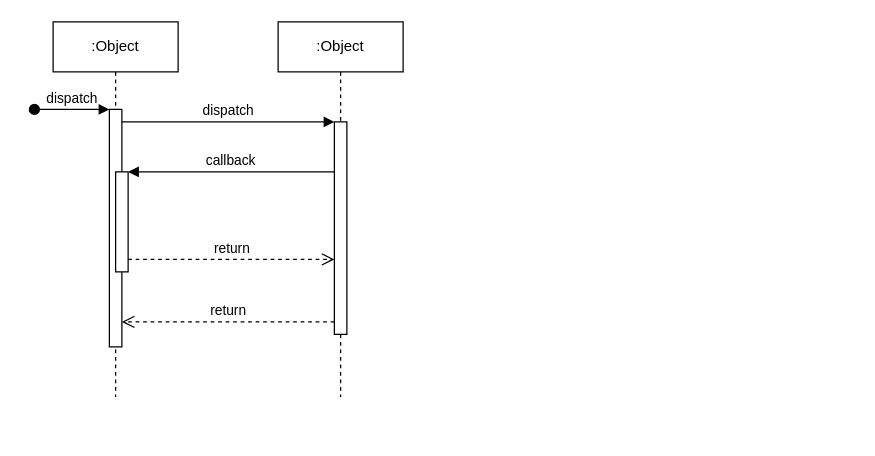
The draw.io diagram Diagramma senza titolo.drawio in favamarco/prova, before the edit. Source tidied: cells renumbered, new cells numbered last; positions are measured from the earlier drawing's top-left corner, leaving out a move shared by most shapes. Both pictures are drawn from the tidied source at 125%, with x=0, y=0 at pixel (34, 21).
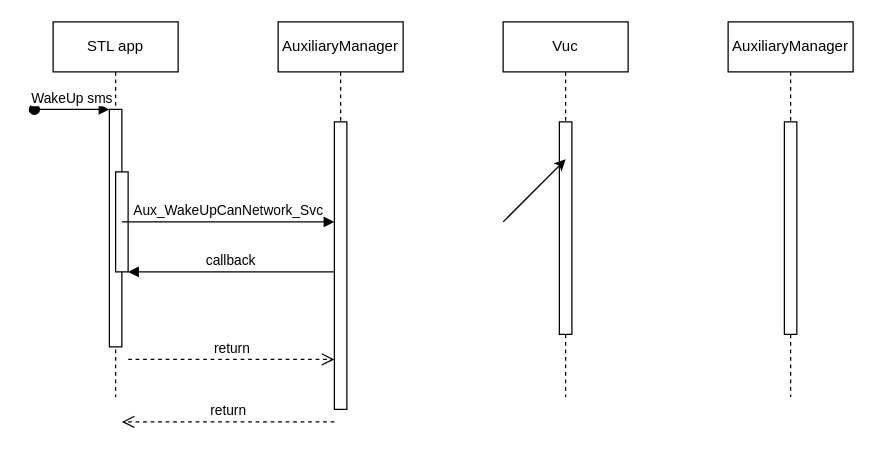
The same diagram, later.

Unchanged cells that the change refers to:
```xml
<mxCell id="3" style="html=1;points=[];perimeter=orthogonalPerimeter;outlineConnect=0;targetShapes=umlLifeline;portConstraint=eastwest;newEdgeStyle={&quot;edgeStyle&quot;:&quot;elbowEdgeStyle&quot;,&quot;elbow&quot;:&quot;vertical&quot;,&quot;curved&quot;:0,&quot;rounded&quot;:0};" parent="2" vertex="1">
  <mxGeometry x="45" y="70" width="10" height="190" as="geometry" />
</mxCell>
<mxCell id="5" style="html=1;points=[];perimeter=orthogonalPerimeter;outlineConnect=0;targetShapes=umlLifeline;portConstraint=eastwest;newEdgeStyle={&quot;edgeStyle&quot;:&quot;elbowEdgeStyle&quot;,&quot;elbow&quot;:&quot;vertical&quot;,&quot;curved&quot;:0,&quot;rounded&quot;:0};" parent="2" vertex="1">
  <mxGeometry x="50" y="120" width="10" height="80" as="geometry" />
</mxCell>
```

The edit, as a diff of the source:
```diff
@@
-    <mxCell id="2" value=":Object" style="shape=umlLifeline;perimeter=lifelinePerimeter;whiteSpace=wrap;html=1;newEdgeStyle={&quot;edgeStyle&quot;:&quot;elbowEdgeStyle&quot;,&quot;elbow&quot;:&quot;vertical&quot;,&quot;curved&quot;:0,&quot;rounded&quot;:0};" parent="1" vertex="1">
+    <mxCell id="2" value="STL app" style="shape=umlLifeline;perimeter=lifelinePerimeter;whiteSpace=wrap;html=1;newEdgeStyle={&quot;edgeStyle&quot;:&quot;elbowEdgeStyle&quot;,&quot;elbow&quot;:&quot;vertical&quot;,&quot;curved&quot;:0,&quot;rounded&quot;:0};" parent="1" vertex="1">
       <mxGeometry x="15" width="100" height="300" as="geometry" />
     </mxCell>
@@
-    <mxCell id="4" value="dispatch" style="html=1;verticalAlign=bottom;startArrow=oval;endArrow=block;startSize=8;edgeStyle=elbowEdgeStyle;elbow=vertical;curved=0;rounded=0;" parent="2" edge="1" target="3">
+    <mxCell id="4" value="WakeUp sms" style="html=1;verticalAlign=bottom;startArrow=oval;endArrow=block;startSize=8;edgeStyle=elbowEdgeStyle;elbow=vertical;curved=0;rounded=0;" parent="2" edge="1" target="3">
       <mxGeometry relative="1" as="geometry">
         <mxPoint x="-15" y="70" as="sourcePoint" />
       </mxGeometry>
     </mxCell>
@@
-    <mxCell id="6" value=":Object" style="shape=umlLifeline;perimeter=lifelinePerimeter;whiteSpace=wrap;html=1;newEdgeStyle={&quot;edgeStyle&quot;:&quot;elbowEdgeStyle&quot;,&quot;elbow&quot;:&quot;vertical&quot;,&quot;curved&quot;:0,&quot;rounded&quot;:0};" parent="1" vertex="1">
-      <mxGeometry x="195" width="100" height="300" as="geometry" />
+    <mxCell id="6" value="AuxiliaryManager" style="shape=umlLifeline;perimeter=lifelinePerimeter;whiteSpace=wrap;html=1;newEdgeStyle={&quot;edgeStyle&quot;:&quot;elbowEdgeStyle&quot;,&quot;elbow&quot;:&quot;vertical&quot;,&quot;curved&quot;:0,&quot;rounded&quot;:0};" parent="1" vertex="1">
+      <mxGeometry x="195" width="100" height="310" as="geometry" />
     </mxCell>
     <mxCell id="7" style="html=1;points=[];perimeter=orthogonalPerimeter;outlineConnect=0;targetShapes=umlLifeline;portConstraint=eastwest;newEdgeStyle={&quot;edgeStyle&quot;:&quot;elbowEdgeStyle&quot;,&quot;elbow&quot;:&quot;vertical&quot;,&quot;curved&quot;:0,&quot;rounded&quot;:0};" parent="6" vertex="1">
-      <mxGeometry x="45" y="80" width="10" height="170" as="geometry" />
+      <mxGeometry x="45" y="80" width="10" height="230" as="geometry" />
     </mxCell>
-    <mxCell id="8" value="dispatch" style="html=1;verticalAlign=bottom;endArrow=block;edgeStyle=elbowEdgeStyle;elbow=vertical;curved=0;rounded=0;" parent="1" edge="1" source="3" target="7">
+    <mxCell id="8" value="Aux_WakeUpCanNetwork_Svc" style="html=1;verticalAlign=bottom;endArrow=block;edgeStyle=elbowEdgeStyle;elbow=vertical;curved=0;rounded=0;" parent="1" edge="1">
       <mxGeometry relative="1" as="geometry">
+        <mxPoint x="70" y="160" as="sourcePoint" />
+        <mxPoint x="240" y="160" as="targetPoint" />
         <Array as="points">
-          <mxPoint x="155" y="80" />
+          <mxPoint x="155" y="160" />
         </Array>
       </mxGeometry>
     </mxCell>
-    <mxCell id="9" value="return" style="html=1;verticalAlign=bottom;endArrow=open;dashed=1;endSize=8;edgeStyle=elbowEdgeStyle;elbow=vertical;curved=0;rounded=0;" parent="1" edge="1" source="7" target="3">
+    <mxCell id="9" value="return" style="html=1;verticalAlign=bottom;endArrow=open;dashed=1;endSize=8;edgeStyle=elbowEdgeStyle;elbow=vertical;curved=0;rounded=0;" parent="1" edge="1">
       <mxGeometry relative="1" as="geometry">
+        <mxPoint x="240" y="320" as="sourcePoint" />
+        <mxPoint x="70" y="320" as="targetPoint" />
         <Array as="points">
-          <mxPoint x="165" y="240" />
+          <mxPoint x="165" y="320" />
         </Array>
       </mxGeometry>
     </mxCell>
-    <mxCell id="10" value="callback" style="html=1;verticalAlign=bottom;endArrow=block;edgeStyle=elbowEdgeStyle;elbow=vertical;curved=0;rounded=0;" parent="1" edge="1" source="7" target="5">
+    <mxCell id="10" value="callback" style="html=1;verticalAlign=bottom;endArrow=block;edgeStyle=elbowEdgeStyle;elbow=vertical;curved=0;rounded=0;" parent="1" edge="1">
       <mxGeometry relative="1" as="geometry">
+        <mxPoint x="240" y="200" as="sourcePoint" />
+        <mxPoint x="75" y="200" as="targetPoint" />
         <Array as="points">
-          <mxPoint x="165" y="120" />
+          <mxPoint x="165" y="200" />
         </Array>
       </mxGeometry>
     </mxCell>
-    <mxCell id="11" value="return" style="html=1;verticalAlign=bottom;endArrow=open;dashed=1;endSize=8;edgeStyle=elbowEdgeStyle;elbow=vertical;curved=0;rounded=0;" parent="1" edge="1" source="5" target="7">
+    <mxCell id="11" value="return" style="html=1;verticalAlign=bottom;endArrow=open;dashed=1;endSize=8;edgeStyle=elbowEdgeStyle;elbow=vertical;curved=0;rounded=0;" parent="1" edge="1">
       <mxGeometry relative="1" as="geometry">
+        <mxPoint x="75" y="270" as="sourcePoint" />
+        <mxPoint x="240" y="270" as="targetPoint" />
         <Array as="points">
-          <mxPoint x="155" y="190" />
+          <mxPoint x="155" y="270" />
         </Array>
       </mxGeometry>
     </mxCell>
+    <mxCell id="12" value="Vuc" style="shape=umlLifeline;perimeter=lifelinePerimeter;whiteSpace=wrap;html=1;newEdgeStyle={&quot;edgeStyle&quot;:&quot;elbowEdgeStyle&quot;,&quot;elbow&quot;:&quot;vertical&quot;,&quot;curved&quot;:0,&quot;rounded&quot;:0};" parent="1" vertex="1">
+      <mxGeometry x="375" width="100" height="300" as="geometry" />
+    </mxCell>
+    <mxCell id="13" style="html=1;perimeter=orthogonalPerimeter;targetShapes=umlLifeline;newEdgeStyle={&quot;edgeStyle&quot;:&quot;elbowEdgeStyle&quot;,&quot;elbow&quot;:&quot;vertical&quot;,&quot;curved&quot;:0,&quot;rounded&quot;:0};" parent="12" vertex="1">
+      <mxGeometry x="45" y="80" width="10" height="170" as="geometry" />
+    </mxCell>
+    <mxCell id="14" value="AuxiliaryManager" style="shape=umlLifeline;perimeter=lifelinePerimeter;whiteSpace=wrap;html=1;newEdgeStyle={&quot;edgeStyle&quot;:&quot;elbowEdgeStyle&quot;,&quot;elbow&quot;:&quot;vertical&quot;,&quot;curved&quot;:0,&quot;rounded&quot;:0};" parent="1" vertex="1">
+      <mxGeometry x="555" width="100" height="300" as="geometry" />
+    </mxCell>
+    <mxCell id="15" style="html=1;perimeter=orthogonalPerimeter;targetShapes=umlLifeline;newEdgeStyle={&quot;edgeStyle&quot;:&quot;elbowEdgeStyle&quot;,&quot;elbow&quot;:&quot;vertical&quot;,&quot;curved&quot;:0,&quot;rounded&quot;:0};" parent="14" vertex="1">
+      <mxGeometry x="45" y="80" width="10" height="170" as="geometry" />
+    </mxCell>
+    <mxCell id="16" style="endArrow=classic;html=1;rounded=0;" parent="1" edge="1">
+      <mxGeometry relative="1" as="geometry">
+        <mxPoint x="375" y="160" as="sourcePoint" />
+        <mxPoint x="425" y="110" as="targetPoint" />
+      </mxGeometry>
+    </mxCell>
```
